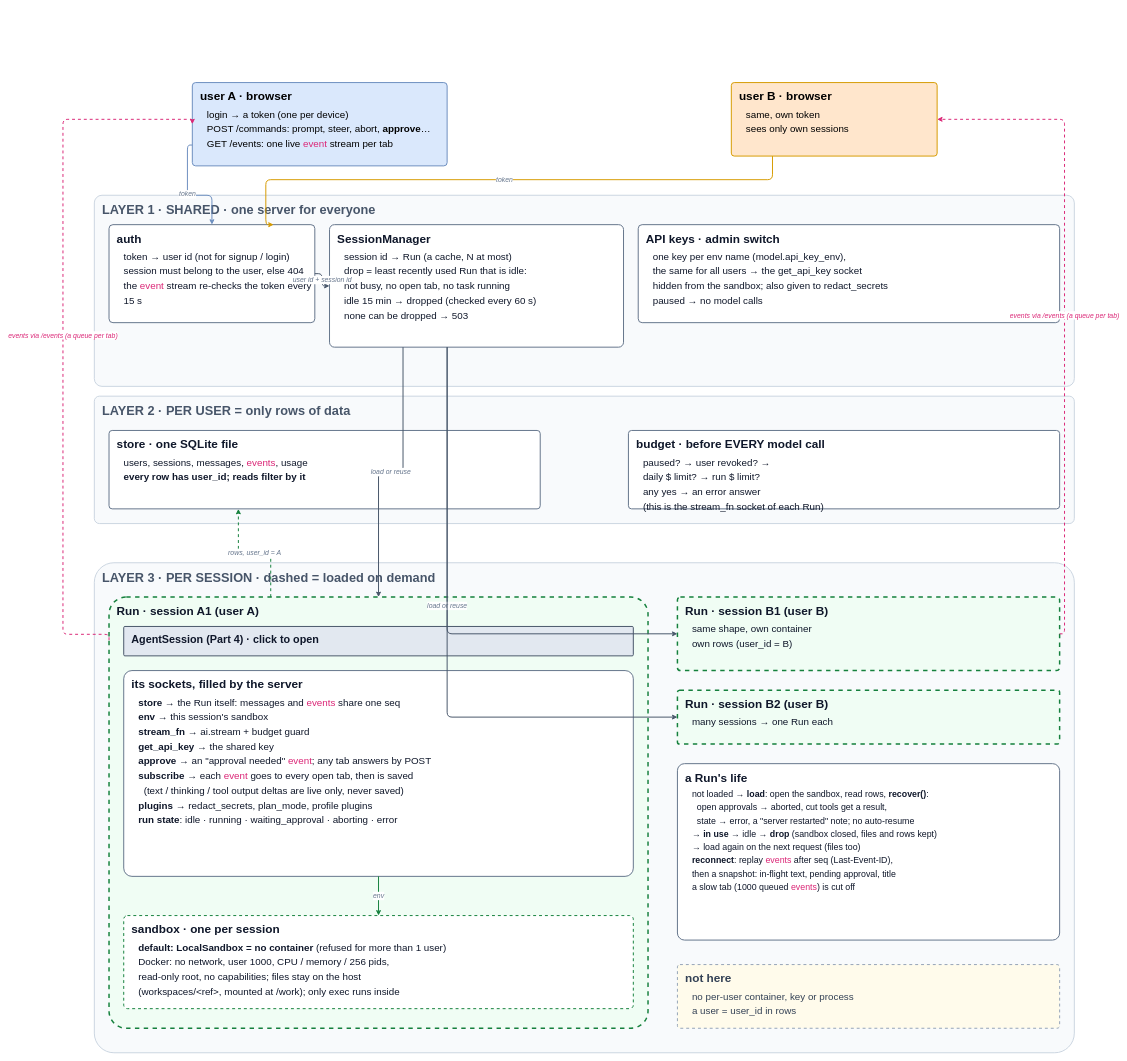
This is page "5 · Server: sessions for many users" (7 of 7) of docs/guidebook/img/architecture.drawio from danhugo/simp-agent, a draw.io file, before an edit. Source tidied: cells renumbered, new cells numbered last; positions are measured from the earlier drawing's top-left corner, leaving out a move shared by most shapes. Both pictures are drawn from the tidied source at 49%, with x=0, y=0 at pixel (63, 82).
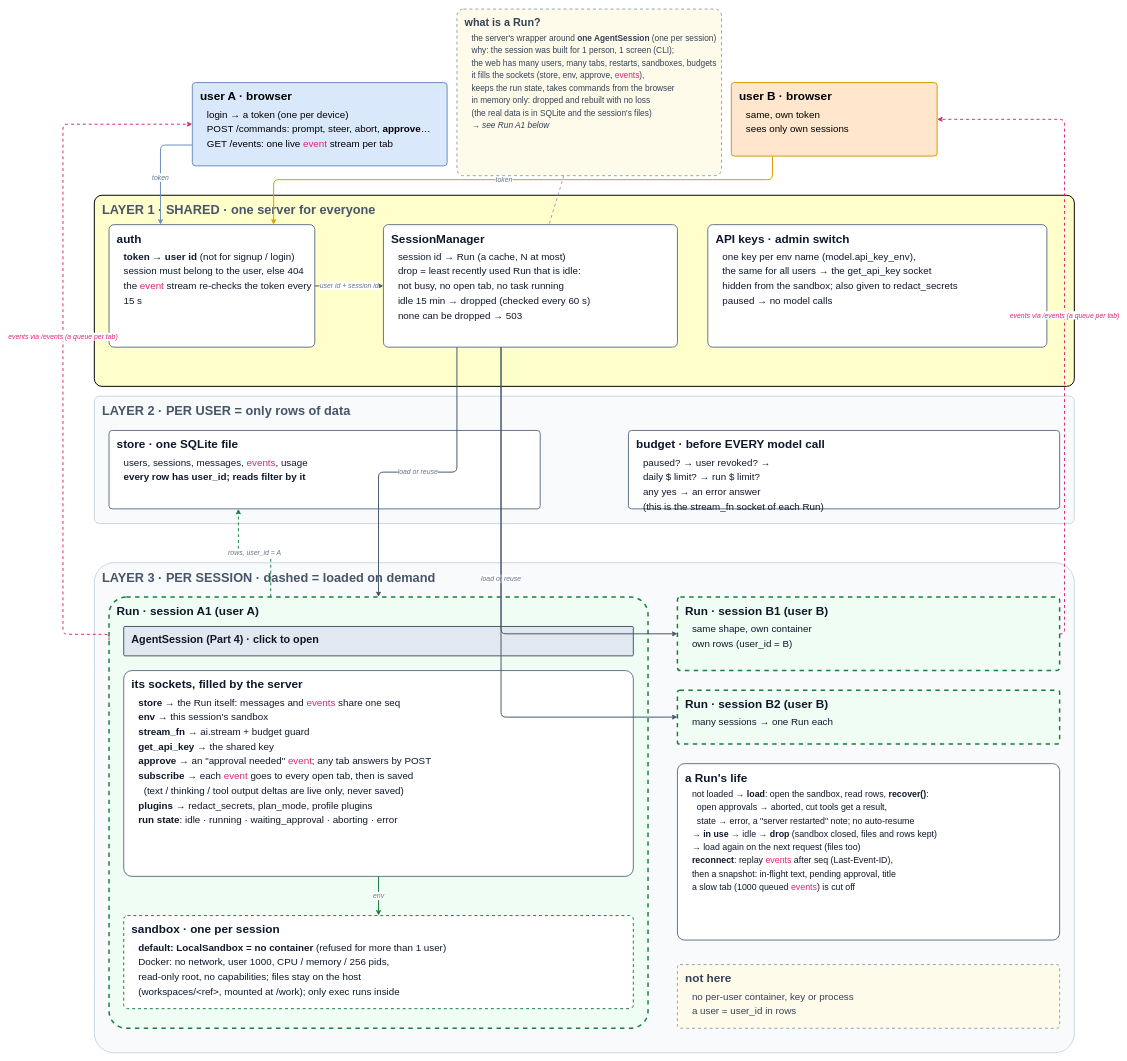
Above is the later version.

Commit message:
guidebook: page 5 note 'what is a Run?' linked to SessionManager

Unchanged cells that the change refers to:
```xml
<mxCell id="2" value="&lt;b style=&quot;font-size:24px&quot;&gt;user A · browser&lt;/b&gt;&lt;div style=&quot;font-size:20px;line-height:1.5;margin-top:6px;padding-left:14px&quot;&gt;login → a token (one per device)&lt;br&gt;POST /commands: prompt, steer, abort, &lt;b&gt;approve&lt;/b&gt;…&lt;br&gt;GET /events: one live &lt;span style=&quot;color:#db2777&quot;&gt;event&lt;/span&gt; stream per tab&lt;/div&gt;" style="whiteSpace=wrap;html=1;align=left;verticalAlign=top;spacingLeft=14;spacingTop=8;rounded=1;arcSize=4;fillColor=#dae8fc;strokeColor=#6c8ebf;strokeWidth=2;" parent="1" vertex="1">
  <mxGeometry x="264" width="520" height="170" as="geometry" />
</mxCell>
<mxCell id="3" value="&lt;b style=&quot;font-size:24px&quot;&gt;user B · browser&lt;/b&gt;&lt;div style=&quot;font-size:20px;line-height:1.5;margin-top:6px;padding-left:14px&quot;&gt;same, own token&lt;br&gt;sees only own sessions&lt;/div&gt;" style="whiteSpace=wrap;html=1;align=left;verticalAlign=top;spacingLeft=14;spacingTop=8;rounded=1;arcSize=4;fillColor=#ffe6cc;strokeColor=#d79b00;strokeWidth=2;" parent="1" vertex="1">
  <mxGeometry x="1364" width="420" height="150" as="geometry" />
</mxCell>
<mxCell id="12" value="&lt;b style=&quot;font-size:24px&quot;&gt;Run · session A1 (user A)&lt;/b&gt;&lt;div style=&quot;font-size:16px;line-height:1.5;margin-top:6px;padding-left:14px&quot;&gt;&lt;/div&gt;" style="whiteSpace=wrap;html=1;align=left;verticalAlign=top;spacingLeft=14;spacingTop=8;rounded=1;arcSize=4;fillColor=#f0fdf4;strokeColor=#15803d;strokeWidth=3;dashed=1;fontColor=#0f172a;" parent="1" vertex="1">
  <mxGeometry x="94" y="1050" width="1100" height="880" as="geometry" />
</mxCell>
```

Diff of the diagram source:
```diff
@@
-    <mxCell id="4" value="&lt;b style=&quot;font-size:26px&quot;&gt;LAYER 1 · SHARED · one server for everyone&lt;/b&gt;&lt;div style=&quot;font-size:16px;line-height:1.5;margin-top:6px;padding-left:14px&quot;&gt;&lt;/div&gt;" style="whiteSpace=wrap;html=1;align=left;verticalAlign=top;spacingLeft=14;spacingTop=8;rounded=1;arcSize=4;fillColor=#f8fafc;strokeColor=#cbd5e1;strokeWidth=2;fontColor=#475569;" parent="1" vertex="1">
+    <mxCell id="4" value="&lt;b style=&quot;font-size:26px&quot;&gt;LAYER 1 · SHARED · one server for everyone&lt;/b&gt;&lt;div style=&quot;font-size:16px;line-height:1.5;margin-top:6px;padding-left:14px&quot;&gt;&lt;/div&gt;" style="whiteSpace=wrap;html=1;align=left;verticalAlign=top;spacingLeft=14;spacingTop=8;rounded=1;arcSize=4;fillColor=#FFFFCC;strokeColor=#000000;strokeWidth=2;fontColor=#475569;gradientColor=none;" parent="1" vertex="1">
       <mxGeometry x="64" y="230" width="2000" height="390" as="geometry" />
     </mxCell>
-    <mxCell id="5" value="&lt;b style=&quot;font-size:24px&quot;&gt;auth&lt;/b&gt;&lt;div style=&quot;font-size:20px;line-height:1.5;margin-top:6px;padding-left:14px&quot;&gt;token → user id (not for signup / login)&lt;br&gt;session must belong to the user, else 404&lt;br&gt;the &lt;span style=&quot;color:#db2777&quot;&gt;event&lt;/span&gt; stream re-checks the token every 15 s&lt;/div&gt;" style="whiteSpace=wrap;html=1;align=left;verticalAlign=top;spacingLeft=14;spacingTop=8;rounded=1;arcSize=4;fillColor=#ffffff;strokeColor=#64748b;strokeWidth=2;fontColor=#0f172a;" parent="1" vertex="1">
-      <mxGeometry x="94" y="290" width="420" height="200" as="geometry" />
+    <mxCell id="5" value="&lt;b style=&quot;font-size:24px&quot;&gt;auth&lt;/b&gt;&lt;div style=&quot;font-size:20px;line-height:1.5;margin-top:6px;padding-left:14px&quot;&gt;&lt;b&gt;token → user id &lt;/b&gt;(not for signup / login)&lt;br&gt;session must belong to the user, else 404&lt;br&gt;the &lt;span style=&quot;color: rgb(219, 39, 119);&quot;&gt;event&lt;/span&gt; stream re-checks the token every 15 s&lt;/div&gt;" style="whiteSpace=wrap;html=1;align=left;verticalAlign=top;spacingLeft=14;spacingTop=8;rounded=1;arcSize=4;fillColor=#ffffff;strokeColor=#64748b;strokeWidth=2;fontColor=#0f172a;" parent="1" vertex="1">
+      <mxGeometry x="94" y="290" width="420" height="250" as="geometry" />
     </mxCell>
     <mxCell id="6" value="&lt;b style=&quot;font-size:24px&quot;&gt;SessionManager&lt;/b&gt;&lt;div style=&quot;font-size:20px;line-height:1.5;margin-top:6px;padding-left:14px&quot;&gt;session id → Run (a cache, N at most)&lt;br&gt;drop = least recently used Run that is idle:&lt;br&gt;not busy, no open tab, no task running&lt;br&gt;idle 15 min → dropped (checked every 60 s)&lt;br&gt;none can be dropped → 503&lt;/div&gt;" style="whiteSpace=wrap;html=1;align=left;verticalAlign=top;spacingLeft=14;spacingTop=8;rounded=1;arcSize=4;fillColor=#ffffff;strokeColor=#64748b;strokeWidth=2;fontColor=#0f172a;" parent="1" vertex="1">
-      <mxGeometry x="544" y="290" width="600" height="250" as="geometry" />
+      <mxGeometry x="654" y="290" width="600" height="250" as="geometry" />
     </mxCell>
     <mxCell id="7" value="&lt;b style=&quot;font-size:24px&quot;&gt;API keys · admin switch&lt;/b&gt;&lt;div style=&quot;font-size:20px;line-height:1.5;margin-top:6px;padding-left:14px&quot;&gt;one key per env name (model.api_key_env),&lt;br&gt;the same for all users → the get_api_key socket&lt;br&gt;hidden from the sandbox; also given to redact_secrets&lt;br&gt;paused → no model calls&lt;/div&gt;" style="whiteSpace=wrap;html=1;align=left;verticalAlign=top;spacingLeft=14;spacingTop=8;rounded=1;arcSize=4;fillColor=#ffffff;strokeColor=#64748b;strokeWidth=2;fontColor=#0f172a;" parent="1" vertex="1">
-      <mxGeometry x="1174" y="290" width="860" height="200" as="geometry" />
+      <mxGeometry x="1316" y="290" width="692" height="250" as="geometry" />
     </mxCell>
@@
-    <mxCell id="20" value="token" style="edgeStyle=orthogonalEdgeStyle;rounded=1;html=1;fontSize=14;fontStyle=2;fontColor=#64748b;labelBackgroundColor=#ffffff;strokeColor=#6c8ebf;strokeWidth=2;exitX=0;exitY=0.75;entryX=0.5;entryY=0;exitDx=0;exitDy=0;fillColor=#dae8fc;" parent="1" edge="1" source="2" target="5">
-      <mxGeometry x="-0.01" relative="1" as="geometry" />
+    <mxCell id="20" value="token" style="edgeStyle=orthogonalEdgeStyle;rounded=1;html=1;fontSize=14;fontStyle=2;fontColor=#64748b;labelBackgroundColor=#ffffff;strokeColor=#6c8ebf;strokeWidth=2;exitX=0;exitY=0.75;entryX=0.25;entryY=0;exitDx=0;exitDy=0;fillColor=#dae8fc;entryDx=0;entryDy=0;" parent="1" edge="1" source="2" target="5">
+      <mxGeometry x="0.15" relative="1" as="geometry" />
     </mxCell>
     <mxCell id="21" value="token" style="edgeStyle=orthogonalEdgeStyle;rounded=1;html=1;fontSize=14;fontStyle=2;fontColor=#64748b;labelBackgroundColor=#ffffff;strokeColor=#d79b00;strokeWidth=2;exitX=0.2;exitY=1;entryX=0.8;entryY=0;fillColor=#ffe6cc;" parent="1" edge="1" source="3" target="5">
-      <mxGeometry relative="1" as="geometry">
+      <mxGeometry x="0.03" relative="1" as="geometry">
         <Array as="points">
           <mxPoint x="1448" y="198.2" />
-          <mxPoint x="414" y="198.2" />
+          <mxPoint x="430" y="198.2" />
         </Array>
       </mxGeometry>
     </mxCell>
@@
     <mxCell id="27" value="&lt;span style=&quot;color:#db2777&quot;&gt;events&lt;/span&gt; via /events (a queue per tab)" style="edgeStyle=orthogonalEdgeStyle;rounded=1;html=1;fontSize=14;fontStyle=2;labelBackgroundColor=#ffffff;strokeWidth=2;dashed=1;exitX=0;exitY=0.1;entryX=0;entryY=0.5;strokeColor=#db2777;fontColor=#db2777;" parent="1" edge="1" source="12" target="2">
-      <mxGeometry relative="1" as="geometry">
+      <mxGeometry x="0.01" relative="1" as="geometry">
         <Array as="points">
+          <mxPoint x="94" y="1126" />
           <mxPoint y="1126" />
-          <mxPoint y="75" />
+          <mxPoint y="85" />
         </Array>
       </mxGeometry>
     </mxCell>
@@
+    <mxCell id="30" value="&lt;b style=&quot;font-size:22px&quot;&gt;what is a Run?&lt;/b&gt;&lt;div style=&quot;font-size:17px;line-height:1.5;margin-top:6px;padding-left:14px&quot;&gt;the server's wrapper around &lt;b&gt;one AgentSession&lt;/b&gt; (one per session)&lt;br&gt;why: the session was built for 1 person, 1 screen (CLI);&lt;br&gt;the web has many users, many tabs, restarts, sandboxes, budgets&lt;br&gt;it fills the sockets (store, env, approve, &lt;span style=&quot;color:#db2777&quot;&gt;events&lt;/span&gt;),&lt;br&gt;keeps the run state, takes commands from the browser&lt;br&gt;in memory only: dropped and rebuilt with no loss&lt;br&gt;(the real data is in SQLite and the session's files)&lt;br&gt;&lt;i&gt;→ see Run A1 below&lt;/i&gt;&lt;/div&gt;" style="whiteSpace=wrap;html=1;align=left;verticalAlign=top;spacingLeft=14;spacingTop=8;rounded=1;arcSize=4;fillColor=#fffbeb;strokeColor=#94a3b8;dashed=1;strokeWidth=2;fontColor=#334155;" parent="1" vertex="1">
+      <mxGeometry x="804" y="-150" width="540" height="340" as="geometry" />
+    </mxCell>
+    <mxCell id="31" style="endArrow=none;dashed=1;strokeColor=#94a3b8;strokeWidth=2;" parent="1" edge="1" source="30" target="6">
+      <mxGeometry relative="1" as="geometry" />
+    </mxCell>
```
